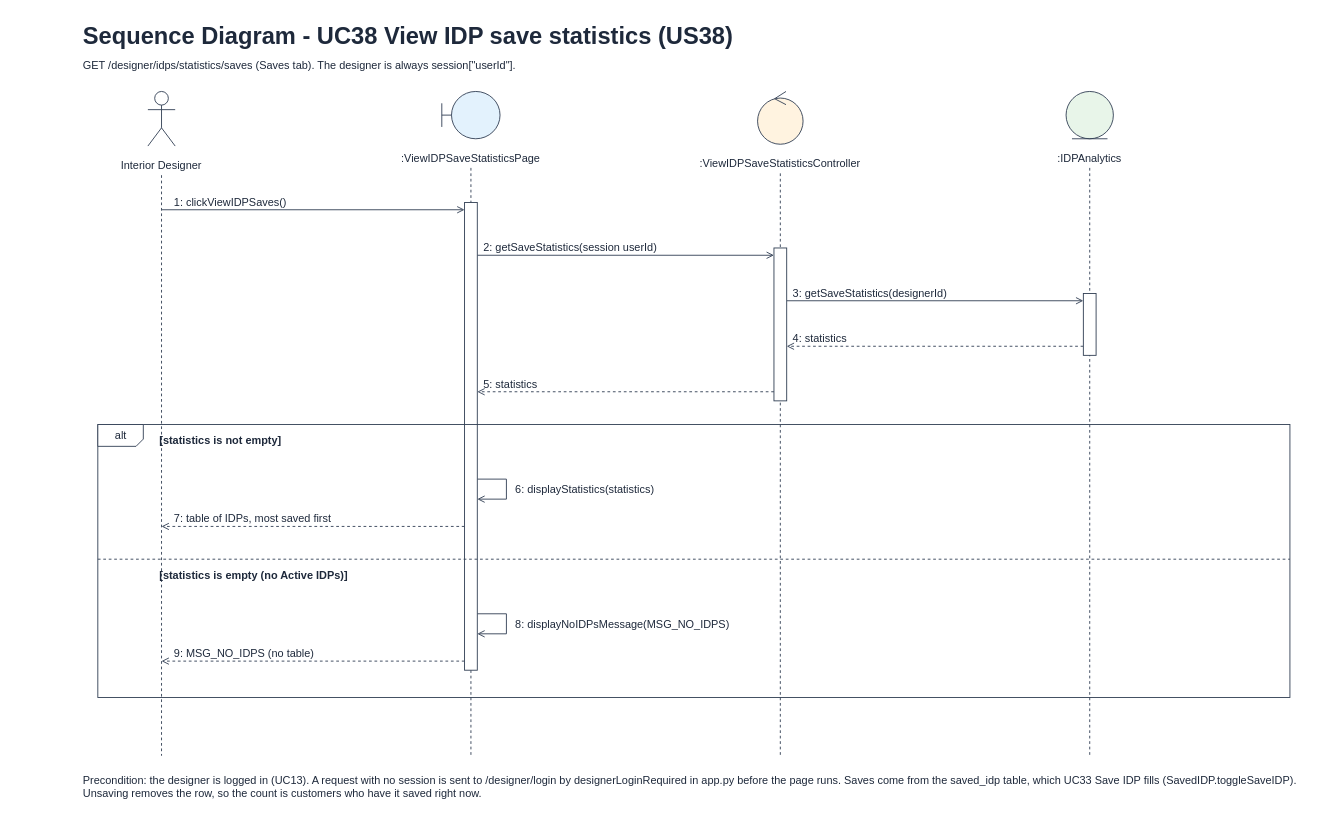
Earlier version of the draw.io diagram page "6 Sequence Diagram" (5 of 5) of Sprint_5/US38 - View IDP Save Statistics/US38 View IDP save statistics.drawio (Hanzxc/CSIT314-ARCHSS). Source tidied: cells renumbered, new cells numbered last; positions are measured from the earlier drawing's top-left corner, leaving out a move shared by most shapes. Both pictures are drawn from the tidied source at 91%, with x=0, y=0 at pixel (15, 15).
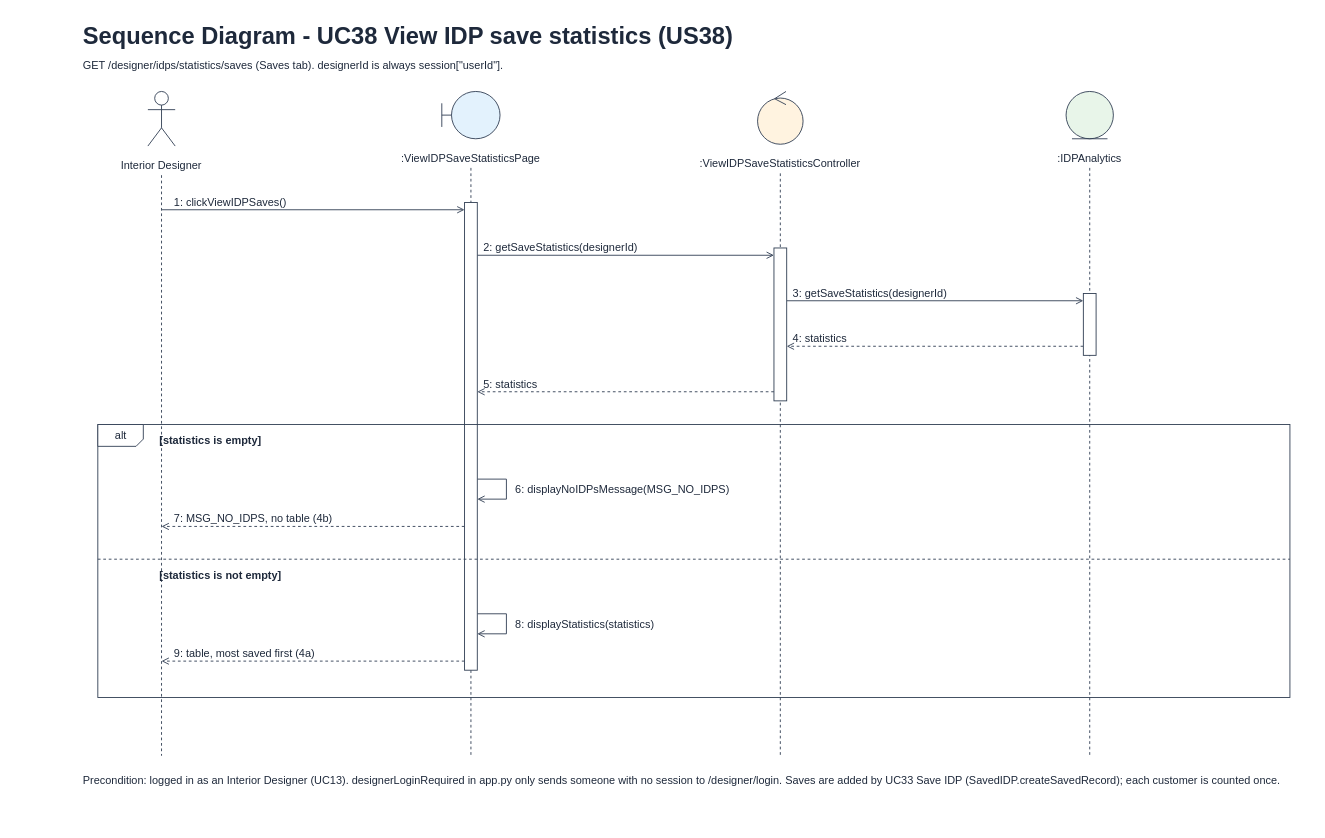
Above is the later version.

The edit, as a diff of the source:
```diff
@@
-    <mxCell id="3" value="GET /designer/idps/statistics/saves (Saves tab). The designer is always session[&quot;userId&quot;]." style="text;html=1;whiteSpace=wrap;align=left;verticalAlign=top;fontSize=12;fontStyle=0;fontColor=#1e293b;fontFamily=Helvetica;" parent="1" vertex="1">
+    <mxCell id="3" value="GET /designer/idps/statistics/saves (Saves tab). designerId is always session[&quot;userId&quot;]." style="text;html=1;whiteSpace=wrap;align=left;verticalAlign=top;fontSize=12;fontStyle=0;fontColor=#1e293b;fontFamily=Helvetica;" parent="1" vertex="1">
       <mxGeometry x="72" y="41" width="1350" height="22" as="geometry" />
     </mxCell>
@@
-    <mxCell id="15" value="2: getSaveStatistics(session userId)" style="text;html=1;whiteSpace=wrap;align=left;verticalAlign=top;fontSize=12;fontStyle=0;fontColor=#1e293b;fontFamily=Helvetica;" parent="1" vertex="1">
+    <mxCell id="15" value="2: getSaveStatistics(designerId)" style="text;html=1;whiteSpace=wrap;align=left;verticalAlign=top;fontSize=12;fontStyle=0;fontColor=#1e293b;fontFamily=Helvetica;" parent="1" vertex="1">
       <mxGeometry x="512" y="241" width="320" height="20" as="geometry" />
     </mxCell>
@@
-    <mxCell id="23" value="6: displayStatistics(statistics)" style="text;html=1;whiteSpace=wrap;align=left;verticalAlign=top;fontSize=12;fontStyle=0;fontColor=#1e293b;fontFamily=Helvetica;" parent="1" vertex="1">
+    <mxCell id="23" value="6: displayNoIDPsMessage(MSG_NO_IDPS)" style="text;html=1;whiteSpace=wrap;align=left;verticalAlign=top;fontSize=12;fontStyle=0;fontColor=#1e293b;fontFamily=Helvetica;" parent="1" vertex="1">
       <mxGeometry x="547" y="507" width="330" height="40" as="geometry" />
     </mxCell>
@@
-    <mxCell id="25" value="7: table of IDPs, most saved first" style="text;html=1;whiteSpace=wrap;align=left;verticalAlign=top;fontSize=12;fontStyle=0;fontColor=#1e293b;fontFamily=Helvetica;" parent="1" vertex="1">
+    <mxCell id="25" value="7: MSG_NO_IDPS, no table (4b)" style="text;html=1;whiteSpace=wrap;align=left;verticalAlign=top;fontSize=12;fontStyle=0;fontColor=#1e293b;fontFamily=Helvetica;" parent="1" vertex="1">
       <mxGeometry x="172" y="539" width="320" height="20" as="geometry" />
     </mxCell>
@@
-    <mxCell id="27" value="8: displayNoIDPsMessage(MSG_NO_IDPS)" style="text;html=1;whiteSpace=wrap;align=left;verticalAlign=top;fontSize=12;fontStyle=0;fontColor=#1e293b;fontFamily=Helvetica;" parent="1" vertex="1">
+    <mxCell id="27" value="8: displayStatistics(statistics)" style="text;html=1;whiteSpace=wrap;align=left;verticalAlign=top;fontSize=12;fontStyle=0;fontColor=#1e293b;fontFamily=Helvetica;" parent="1" vertex="1">
       <mxGeometry x="547" y="655" width="330" height="40" as="geometry" />
     </mxCell>
@@
-    <mxCell id="29" value="9: MSG_NO_IDPS (no table)" style="text;html=1;whiteSpace=wrap;align=left;verticalAlign=top;fontSize=12;fontStyle=0;fontColor=#1e293b;fontFamily=Helvetica;" parent="1" vertex="1">
+    <mxCell id="29" value="9: table, most saved first (4a)" style="text;html=1;whiteSpace=wrap;align=left;verticalAlign=top;fontSize=12;fontStyle=0;fontColor=#1e293b;fontFamily=Helvetica;" parent="1" vertex="1">
       <mxGeometry x="172" y="687" width="320" height="20" as="geometry" />
     </mxCell>
@@
-    <mxCell id="39" value="[statistics is not empty]" style="text;html=1;whiteSpace=wrap;align=left;verticalAlign=top;fontSize=12;fontStyle=1;fontColor=#1e293b;fontFamily=Helvetica;" parent="1" vertex="1">
+    <mxCell id="39" value="[statistics is empty]" style="text;html=1;whiteSpace=wrap;align=left;verticalAlign=top;fontSize=12;fontStyle=1;fontColor=#1e293b;fontFamily=Helvetica;" parent="1" vertex="1">
       <mxGeometry x="156" y="453" width="1230" height="22" as="geometry" />
     </mxCell>
@@
-    <mxCell id="41" value="[statistics is empty (no Active IDPs)]" style="text;html=1;whiteSpace=wrap;align=left;verticalAlign=top;fontSize=12;fontStyle=1;fontColor=#1e293b;fontFamily=Helvetica;" parent="1" vertex="1">
+    <mxCell id="41" value="[statistics is not empty]" style="text;html=1;whiteSpace=wrap;align=left;verticalAlign=top;fontSize=12;fontStyle=1;fontColor=#1e293b;fontFamily=Helvetica;" parent="1" vertex="1">
       <mxGeometry x="156" y="601" width="1230" height="22" as="geometry" />
     </mxCell>
-    <mxCell id="42" value="Precondition: the designer is logged in (UC13). A request with no session is sent to /designer/login by designerLoginRequired in app.py before the page runs. Saves come from the saved_idp table, which UC33 Save IDP fills (SavedIDP.toggleSaveIDP). Unsaving removes the row, so the count is customers who have it saved right now." style="text;html=1;whiteSpace=wrap;align=left;verticalAlign=top;fontSize=12;fontStyle=0;fontColor=#1e293b;fontFamily=Helvetica;" parent="1" vertex="1">
+    <mxCell id="42" value="Precondition: logged in as an Interior Designer (UC13). designerLoginRequired in app.py only sends someone with no session to /designer/login. Saves are added by UC33 Save IDP (SavedIDP.createSavedRecord); each customer is counted once." style="text;html=1;whiteSpace=wrap;align=left;verticalAlign=top;fontSize=12;fontStyle=0;fontColor=#1e293b;fontFamily=Helvetica;" parent="1" vertex="1">
       <mxGeometry x="72" y="827" width="1350" height="60" as="geometry" />
     </mxCell>
```
